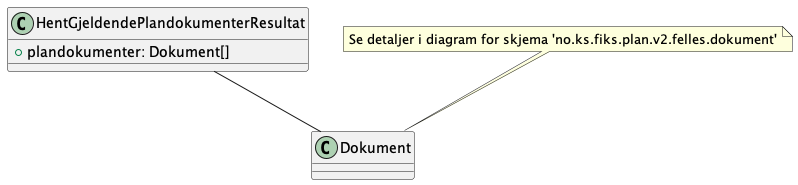
ks-no/fiks-plan-specification keeps this PlantUML diagram as Dokumentasjon/V2/ClassDiagrams/no.ks.fiks.plan.v2.innsyn.gjeldendeplandokumenter.hent.resultat/gjeldendeplandokumenter-hent-resultat.png. Above is the earlier version.
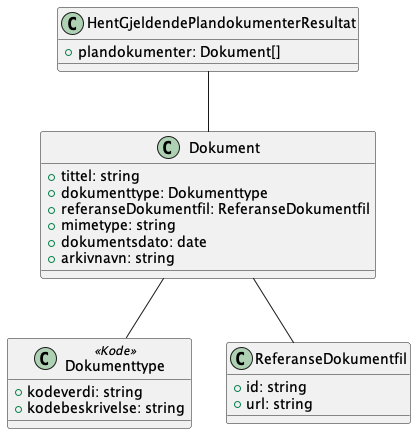
The same diagram one commit later.

Change to the diagram source:
```diff
@@ -1,4 +1,5 @@
 @startuml
+!include ./../no.ks.fiks.plan.v2.felles.dokument/dokument.pu
 
 class HentGjeldendePlandokumenterResultat {
     +plandokumenter: Dokument[]
@@ -6,6 +7,4 @@
 
 HentGjeldendePlandokumenterResultat -- Dokument
 
-note top of Dokument : Se detaljer i diagram for skjema 'no.ks.fiks.plan.v2.felles.dokument'
-
 @enduml
```
